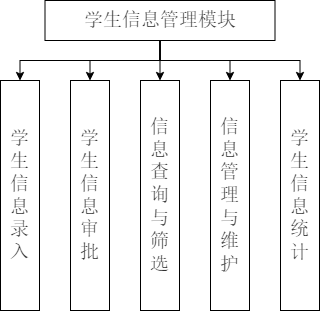
Above: 未命名绘图.drawio.png in w1791105996/About-CSS3 (draw.io), before the change. Source tidied: cells renumbered, new cells last; positions are measured from the earlier drawing's top-left corner, leaving out a move shared by most shapes.
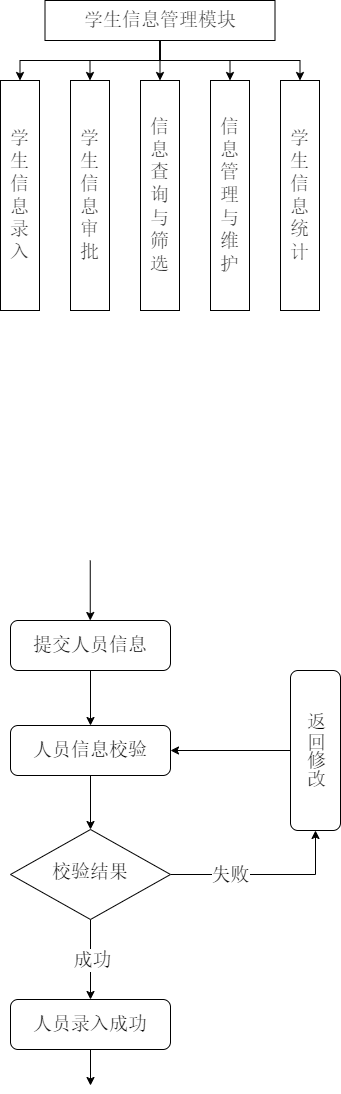
After the commit.

Commit message:
更新未命名绘图.drawio.png

What changed in the source:
```diff
@@ -35,5 +35,54 @@
     <mxCell id="12" value="&lt;span style=&quot;color: rgb(50, 50, 50); background-color: rgba(255, 255, 255, 0.01);&quot;&gt;学生信息统计&lt;/span&gt;" style="rounded=0;whiteSpace=wrap;html=1;fontFamily=宋体;fontSize=19;" parent="1" vertex="1">
       <mxGeometry x="280" y="80" width="39" height="230" as="geometry" />
     </mxCell>
+    <mxCell id="13" style="edgeStyle=orthogonalEdgeStyle;rounded=0;jettySize=auto;html=1;exitX=0.5;exitY=1;exitDx=0;exitDy=0;entryX=0.5;entryY=0;entryDx=0;entryDy=0;" parent="1" edge="1" source="14" target="16">
+      <mxGeometry relative="1" as="geometry" />
+    </mxCell>
+    <mxCell id="14" value="提交人员信息" style="rounded=1;whiteSpace=wrap;html=1;fontSize=19;glass=0;strokeWidth=1;shadow=0;labelBackgroundColor=none;fontFamily=宋体;" parent="1" vertex="1">
+      <mxGeometry x="10" y="620" width="160" height="50" as="geometry" />
+    </mxCell>
+    <mxCell id="15" style="edgeStyle=orthogonalEdgeStyle;rounded=0;jettySize=auto;html=1;exitX=0.5;exitY=1;exitDx=0;exitDy=0;entryX=0.5;entryY=0;entryDx=0;entryDy=0;" parent="1" edge="1" source="16" target="21">
+      <mxGeometry relative="1" as="geometry" />
+    </mxCell>
+    <mxCell id="16" value="人员信息校验" style="rounded=1;whiteSpace=wrap;html=1;fontSize=19;glass=0;strokeWidth=1;shadow=0;labelBackgroundColor=none;fontFamily=宋体;" parent="1" vertex="1">
+      <mxGeometry x="10" y="725" width="160" height="50" as="geometry" />
+    </mxCell>
+    <mxCell id="17" style="edgeStyle=orthogonalEdgeStyle;rounded=0;jettySize=auto;html=1;exitX=0.5;exitY=1;exitDx=0;exitDy=0;entryX=0.5;entryY=0;entryDx=0;entryDy=0;" parent="1" edge="1" source="21" target="23">
+      <mxGeometry relative="1" as="geometry" />
+    </mxCell>
+    <mxCell id="18" value="&lt;font face=&quot;宋体&quot; style=&quot;font-size: 19px;&quot;&gt;成功&lt;/font&gt;" style="edgeLabel;html=1;align=center;verticalAlign=middle;" parent="17" vertex="1">
+      <mxGeometry y="1" relative="1" as="geometry" />
+    </mxCell>
+    <mxCell id="19" style="edgeStyle=orthogonalEdgeStyle;rounded=0;jettySize=auto;html=1;exitX=1;exitY=0.5;exitDx=0;exitDy=0;entryX=0.5;entryY=1;entryDx=0;entryDy=0;" parent="1" edge="1" source="21" target="25">
+      <mxGeometry relative="1" as="geometry" />
+    </mxCell>
+    <mxCell id="20" value="&lt;font face=&quot;宋体&quot; style=&quot;font-size: 19px;&quot;&gt;失败&lt;/font&gt;" style="edgeLabel;html=1;align=center;verticalAlign=middle;" parent="19" vertex="1">
+      <mxGeometry x="-0.25" relative="1" as="geometry">
+        <mxPoint x="-12" as="offset" />
+      </mxGeometry>
+    </mxCell>
+    <mxCell id="21" value="校验结果" style="rhombus;whiteSpace=wrap;html=1;shadow=0;fontFamily=宋体;fontSize=19;align=center;strokeWidth=1;spacing=6;spacingTop=-4;labelBackgroundColor=none;" parent="1" vertex="1">
+      <mxGeometry x="10" y="829" width="160" height="90" as="geometry" />
+    </mxCell>
+    <mxCell id="22" style="edgeStyle=orthogonalEdgeStyle;rounded=0;jettySize=auto;html=1;exitX=0.5;exitY=1;exitDx=0;exitDy=0;entryX=0.5;entryY=0;entryDx=0;entryDy=0;" parent="1" edge="1" source="23">
+      <mxGeometry relative="1" as="geometry">
+        <mxPoint x="90" y="1085" as="targetPoint" />
+      </mxGeometry>
+    </mxCell>
+    <mxCell id="23" value="人员录入成功" style="rounded=1;whiteSpace=wrap;html=1;fontSize=19;glass=0;strokeWidth=1;shadow=0;labelBackgroundColor=none;fontFamily=宋体;" parent="1" vertex="1">
+      <mxGeometry x="10" y="999" width="160" height="50" as="geometry" />
+    </mxCell>
+    <mxCell id="24" style="edgeStyle=orthogonalEdgeStyle;rounded=0;jettySize=auto;html=1;exitX=0;exitY=0.5;exitDx=0;exitDy=0;entryX=1;entryY=0.5;entryDx=0;entryDy=0;" parent="1" edge="1" source="25" target="16">
+      <mxGeometry relative="1" as="geometry" />
+    </mxCell>
+    <mxCell id="25" value="返回修改" style="rounded=1;whiteSpace=wrap;html=1;fontSize=19;glass=0;strokeWidth=1;shadow=0;labelBackgroundColor=none;fontFamily=宋体;textDirection=vertical-rl;" parent="1" vertex="1">
+      <mxGeometry x="290" y="670" width="50" height="160" as="geometry" />
+    </mxCell>
+    <mxCell id="26" style="edgeStyle=orthogonalEdgeStyle;rounded=0;orthogonalLoop=1;jettySize=auto;html=1;" parent="1" edge="1">
+      <mxGeometry relative="1" as="geometry">
+        <mxPoint x="89.8" y="560" as="sourcePoint" />
+        <mxPoint x="89.8" y="620" as="targetPoint" />
+      </mxGeometry>
+    </mxCell>
   </root>
 </mxGraphModel>
```
